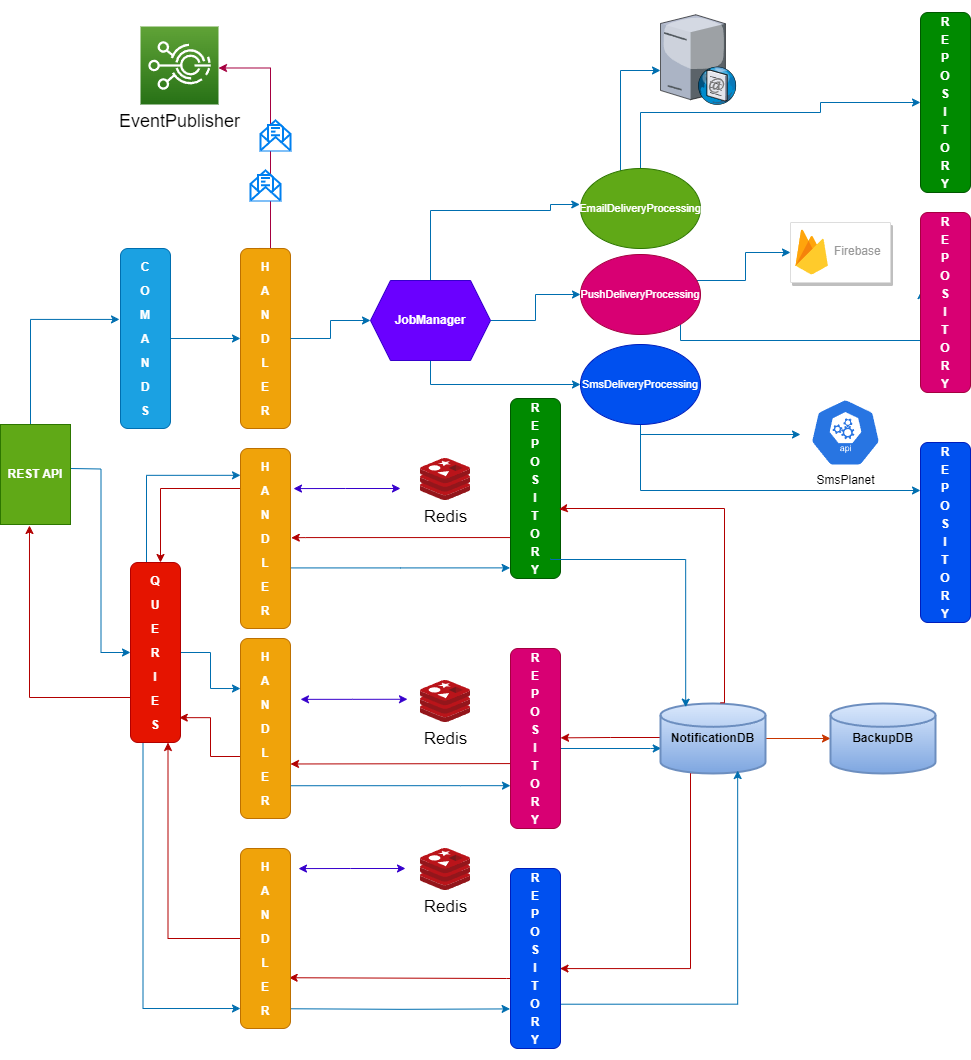
solowiejmaciej/EmailService keeps this draw.io diagram as ArchitectureDiagram.drawio.png. Above is the earlier version. Source tidied: cells renumbered, new cells last; positions are measured from the earlier drawing's top-left corner, leaving out a move shared by most shapes.
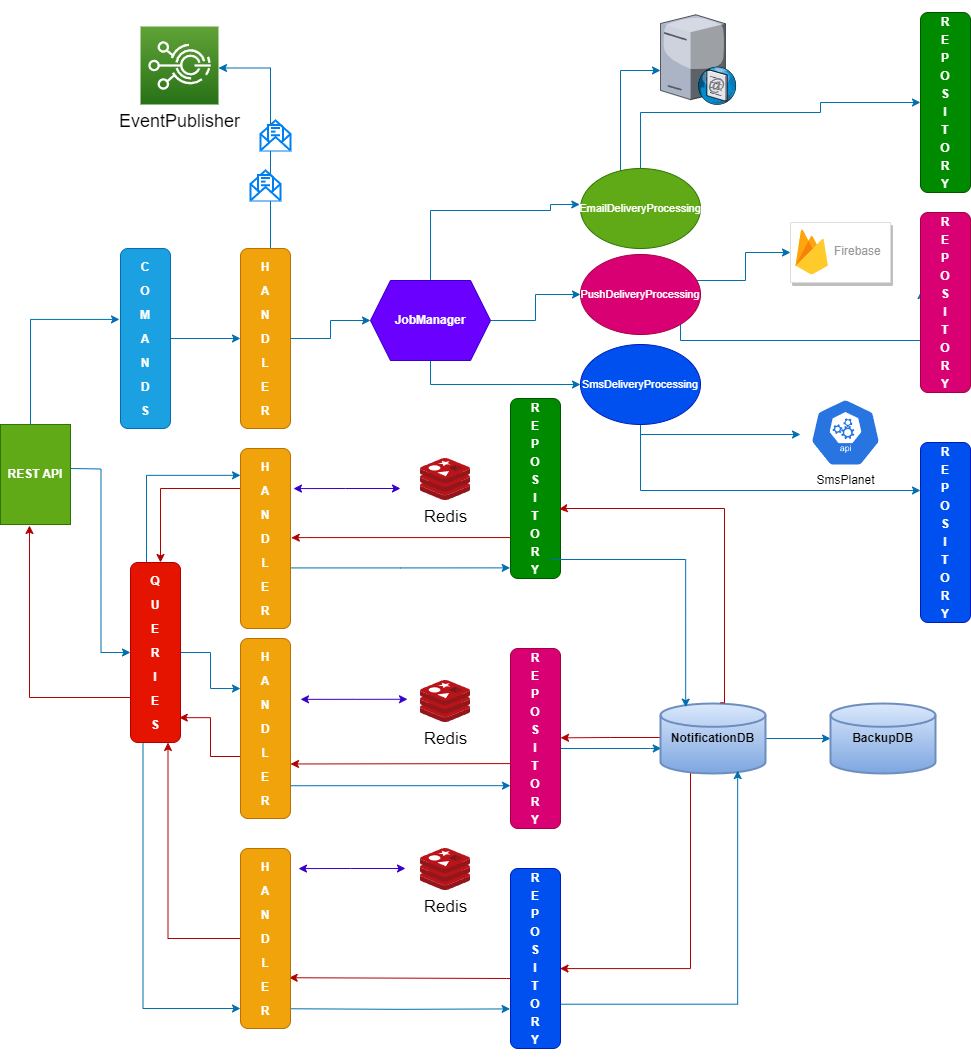
The same diagram one commit later.

Change to the diagram source:
```diff
@@ -23,7 +23,7 @@
     <mxCell id="6" value="&lt;p style=&quot;line-height: 200%;&quot;&gt;&lt;b&gt;C&lt;br&gt;O&lt;br&gt;M&lt;br&gt;A&lt;br&gt;N&lt;br&gt;D&lt;br&gt;S&lt;/b&gt;&lt;/p&gt;" style="rounded=1;whiteSpace=wrap;html=1;fillColor=#1ba1e2;fontColor=#ffffff;strokeColor=#006EAF;" parent="1" vertex="1">
       <mxGeometry x="120" y="236" width="50" height="180" as="geometry" />
     </mxCell>
-    <mxCell id="7" style="edgeStyle=orthogonalEdgeStyle;rounded=0;orthogonalLoop=1;jettySize=auto;html=1;exitX=0.385;exitY=-0.014;exitDx=0;exitDy=0;exitPerimeter=0;fillColor=#d80073;strokeColor=#A50040;" parent="1" edge="1">
+    <mxCell id="7" style="edgeStyle=orthogonalEdgeStyle;rounded=0;orthogonalLoop=1;jettySize=auto;html=1;exitX=0.385;exitY=-0.014;exitDx=0;exitDy=0;exitPerimeter=0;fillColor=#1ba1e2;strokeColor=#006EAF;" parent="1" edge="1">
       <mxGeometry relative="1" as="geometry">
         <mxPoint x="259.2" y="236" as="sourcePoint" />
         <mxPoint x="218" y="55.5" as="targetPoint" />
@@ -107,7 +107,7 @@
         </Array>
       </mxGeometry>
     </mxCell>
-    <mxCell id="21" style="edgeStyle=orthogonalEdgeStyle;rounded=0;jettySize=auto;html=1;entryX=0;entryY=0.5;entryDx=0;entryDy=0;entryPerimeter=0;fillColor=#fa6800;strokeColor=#C73500;" parent="1" edge="1" source="22" target="67">
+    <mxCell id="21" style="edgeStyle=orthogonalEdgeStyle;rounded=0;jettySize=auto;html=1;entryX=0;entryY=0.5;entryDx=0;entryDy=0;entryPerimeter=0;fillColor=#1ba1e2;strokeColor=#006EAF;" parent="1" edge="1" source="22" target="67">
       <mxGeometry relative="1" as="geometry" />
     </mxCell>
     <mxCell id="22" value="&lt;font color=&quot;#000000&quot;&gt;&lt;b&gt;NotificationDB&lt;/b&gt;&lt;/font&gt;" style="strokeWidth=2;html=1;shape=mxgraph.flowchart.database;whiteSpace=wrap;fillColor=#dae8fc;gradientColor=#7ea6e0;strokeColor=#6c8ebf;" parent="1" vertex="1">
```
